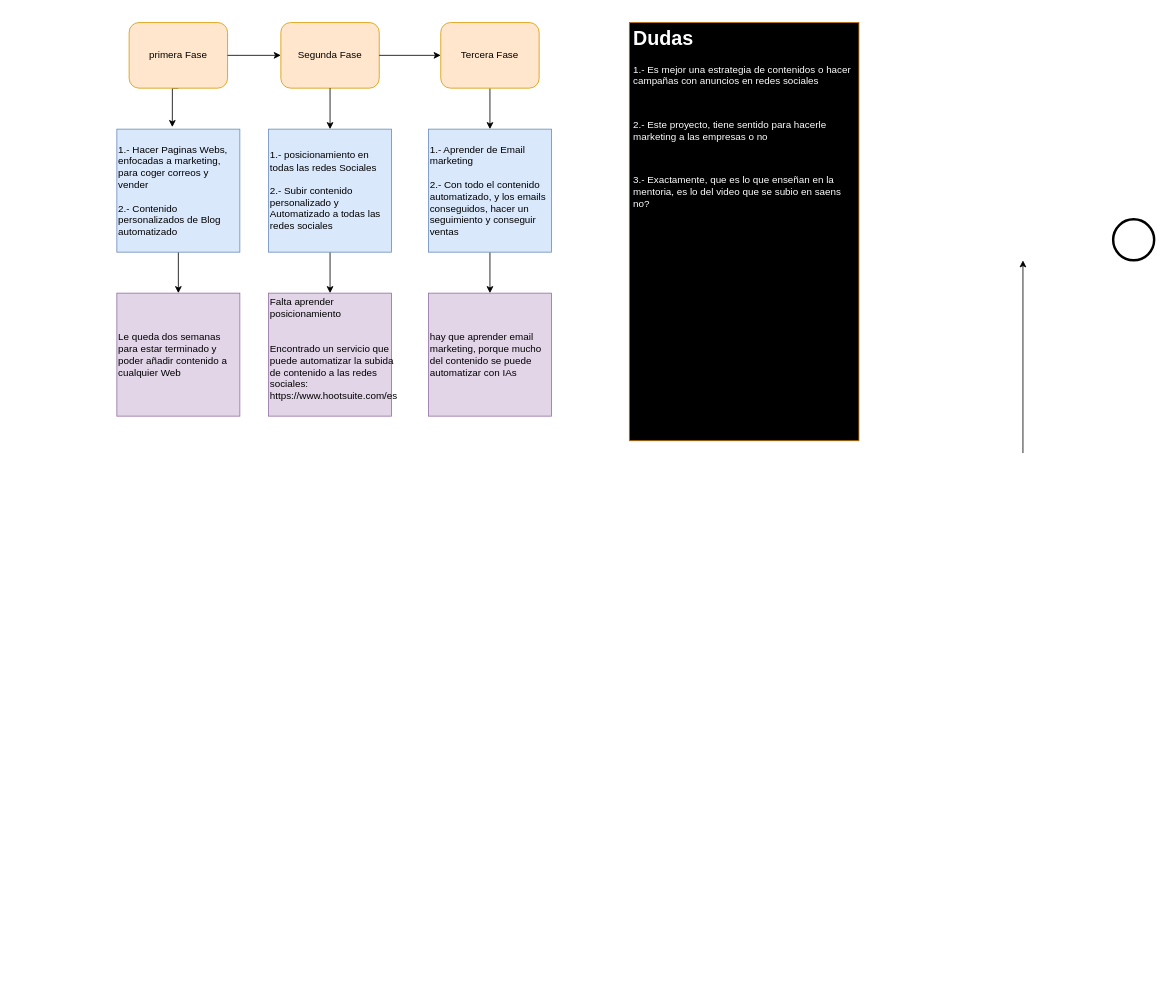
Before: Diagrama sin título.drawio in joelsct98/MisDiagramas, a draw.io diagram. Source tidied: cells renumbered, new cells numbered last; positions are measured from the earlier drawing's top-left corner, leaving out a move shared by most shapes. Both pictures are drawn from the tidied source at 82%, with x=0, y=0 at pixel (116, 22).
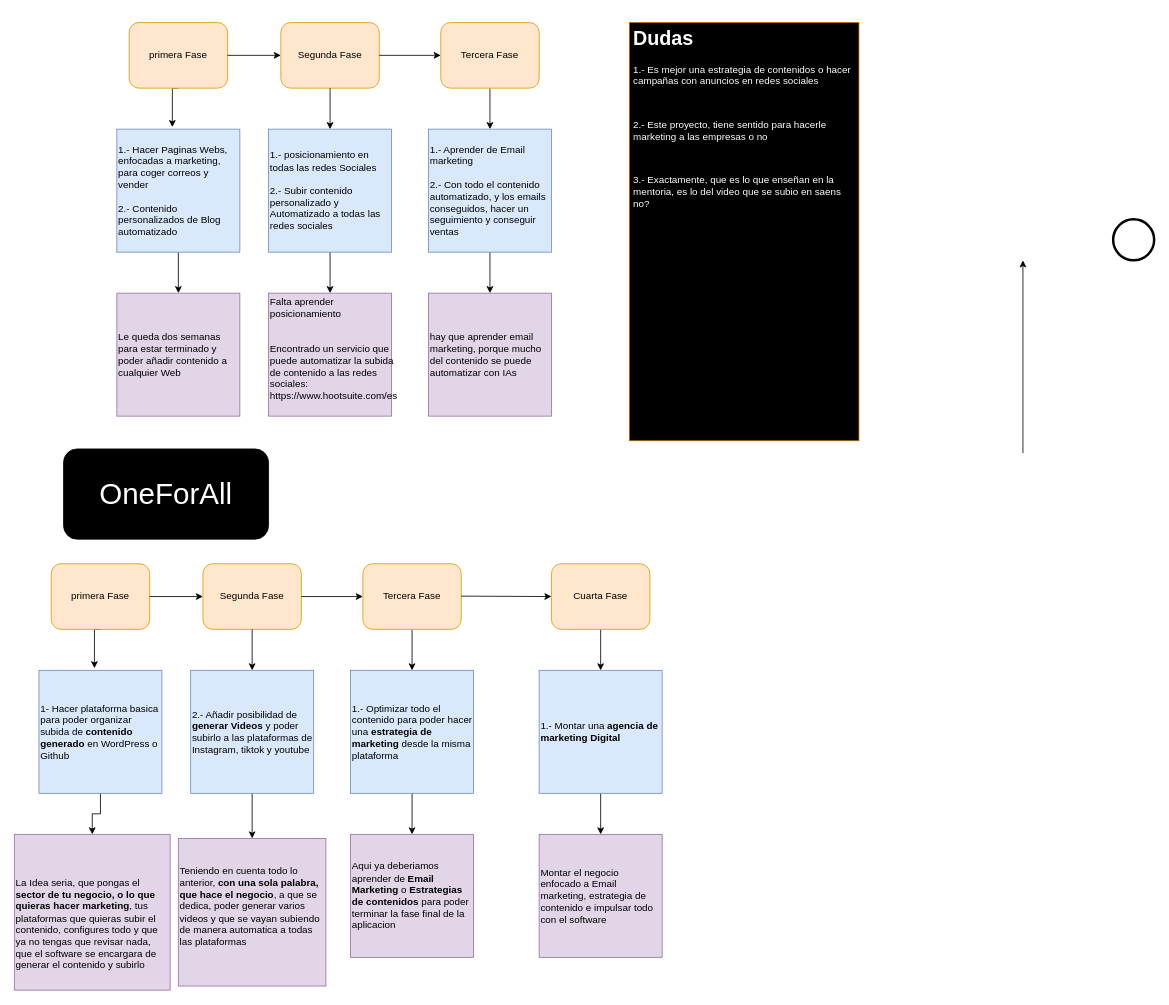
The same page after the edit.

What changed in the source:
```diff
@@
+    <mxCell id="22" style="edgeStyle=orthogonalEdgeStyle;rounded=0;jettySize=auto;html=1;exitX=0.5;exitY=1;exitDx=0;exitDy=0;entryX=0.451;entryY=-0.017;entryDx=0;entryDy=0;entryPerimeter=0;" parent="1" edge="1" source="23" target="27">
+      <mxGeometry relative="1" as="geometry">
+        <Array as="points">
+          <mxPoint x="-27" y="740" />
+        </Array>
+      </mxGeometry>
+    </mxCell>
+    <mxCell id="23" value="primera Fase" style="shape=ext;rounded=1;html=1;whiteSpace=wrap;fillColor=#ffe6cc;strokeColor=#d79b00;" parent="1" vertex="1">
+      <mxGeometry x="-80" y="660" width="120" height="80" as="geometry" />
+    </mxCell>
+    <mxCell id="24" value="Segunda Fase" style="shape=ext;rounded=1;html=1;whiteSpace=wrap;fillColor=#ffe6cc;strokeColor=#d79b00;" parent="1" vertex="1">
+      <mxGeometry x="105" y="660" width="120" height="80" as="geometry" />
+    </mxCell>
+    <mxCell id="25" style="edgeStyle=orthogonalEdgeStyle;rounded=0;html=1;jettySize=auto;" parent="1" edge="1" source="23" target="24">
+      <mxGeometry relative="1" as="geometry" />
+    </mxCell>
+    <mxCell id="26" style="edgeStyle=orthogonalEdgeStyle;rounded=0;jettySize=auto;html=1;entryX=0.5;entryY=0;entryDx=0;entryDy=0;" parent="1" edge="1" source="27" target="36">
+      <mxGeometry relative="1" as="geometry" />
+    </mxCell>
+    <mxCell id="27" value="&lt;div style=&quot;&quot;&gt;&lt;span style=&quot;background-color: initial;&quot;&gt;1- Hacer plataforma basica para poder organizar subida de &lt;b&gt;contenido generado&lt;/b&gt; en WordPress o Github&amp;nbsp;&lt;/span&gt;&lt;/div&gt;" style="whiteSpace=wrap;html=1;fillColor=#dae8fc;strokeColor=#6c8ebf;align=left;" parent="1" vertex="1">
+      <mxGeometry x="-95" y="790" width="150" height="150" as="geometry" />
+    </mxCell>
+    <mxCell id="28" style="edgeStyle=orthogonalEdgeStyle;rounded=0;jettySize=auto;html=1;" parent="1" edge="1" source="29" target="37">
+      <mxGeometry relative="1" as="geometry" />
+    </mxCell>
+    <mxCell id="29" value="&lt;div style=&quot;&quot;&gt;&lt;span style=&quot;background-color: initial;&quot;&gt;2.- Añadir posibilidad de &lt;b&gt;generar Videos&lt;/b&gt; y poder subirlo a las plataformas de Instagram, tiktok y youtube&lt;/span&gt;&lt;br&gt;&lt;/div&gt;" style="whiteSpace=wrap;html=1;fillColor=#dae8fc;strokeColor=#6c8ebf;align=left;" parent="1" vertex="1">
+      <mxGeometry x="90" y="790" width="150" height="150" as="geometry" />
+    </mxCell>
+    <mxCell id="30" style="edgeStyle=orthogonalEdgeStyle;rounded=0;jettySize=auto;html=1;exitX=0.5;exitY=1;exitDx=0;exitDy=0;entryX=0.5;entryY=0;entryDx=0;entryDy=0;" parent="1" edge="1" source="31" target="34">
+      <mxGeometry relative="1" as="geometry" />
+    </mxCell>
+    <mxCell id="31" value="Tercera Fase" style="shape=ext;rounded=1;html=1;whiteSpace=wrap;fillColor=#ffe6cc;strokeColor=#d79b00;" parent="1" vertex="1">
+      <mxGeometry x="300" y="660" width="120" height="80" as="geometry" />
+    </mxCell>
+    <mxCell id="32" style="endArrow=classic;html=1;rounded=0;exitX=1;exitY=0.5;exitDx=0;exitDy=0;entryX=0;entryY=0.5;entryDx=0;entryDy=0;" parent="1" edge="1" source="24" target="31">
+      <mxGeometry relative="1" as="geometry" />
+    </mxCell>
+    <mxCell id="33" style="edgeStyle=orthogonalEdgeStyle;rounded=0;jettySize=auto;html=1;exitX=0.5;exitY=1;exitDx=0;exitDy=0;entryX=0.5;entryY=0;entryDx=0;entryDy=0;" parent="1" edge="1" source="34" target="38">
+      <mxGeometry relative="1" as="geometry" />
+    </mxCell>
+    <mxCell id="34" value="&lt;div style=&quot;&quot;&gt;&lt;span style=&quot;background-color: initial;&quot;&gt;1.- Optimizar todo el contenido para poder hacer una &lt;b&gt;estrategia de marketing &lt;/b&gt;desde la misma plataforma&lt;/span&gt;&lt;/div&gt;" style="whiteSpace=wrap;html=1;fillColor=#dae8fc;strokeColor=#6c8ebf;align=left;" parent="1" vertex="1">
+      <mxGeometry x="285" y="790" width="150" height="150" as="geometry" />
+    </mxCell>
+    <mxCell id="35" style="endArrow=classic;html=1;rounded=0;exitX=0.5;exitY=1;exitDx=0;exitDy=0;entryX=0.5;entryY=0;entryDx=0;entryDy=0;" parent="1" edge="1" source="24" target="29">
+      <mxGeometry relative="1" as="geometry" />
+    </mxCell>
+    <mxCell id="36" value="&lt;div style=&quot;&quot;&gt;&lt;br&gt;&lt;/div&gt;&lt;div style=&quot;&quot;&gt;&lt;div style=&quot;border-color: var(--border-color);&quot;&gt;&lt;br style=&quot;border-color: var(--border-color);&quot;&gt;&lt;/div&gt;&lt;div style=&quot;border-color: var(--border-color);&quot;&gt;&lt;span style=&quot;border-color: var(--border-color); background-color: initial;&quot;&gt;La Idea seria, que pongas el &lt;b&gt;sector de tu negocio, o lo que quieras hacer marketing&lt;/b&gt;, tus plataformas que quieras subir el contenido, configures todo y que ya no tengas que revisar nada, que el software se encargara de generar el contenido y subirlo&lt;/span&gt;&lt;/div&gt;&lt;/div&gt;" style="whiteSpace=wrap;html=1;fillColor=#e1d5e7;strokeColor=#9673a6;align=left;" parent="1" vertex="1">
+      <mxGeometry x="-125" y="990" width="190" height="190" as="geometry" />
+    </mxCell>
+    <mxCell id="37" value="&lt;div style=&quot;&quot;&gt;&lt;br&gt;&lt;/div&gt;&lt;div style=&quot;&quot;&gt;Teniendo en cuenta todo lo anterior, &lt;b&gt;con una sola palabra, que hace el negocio&lt;/b&gt;, a que se dedica, poder generar varios videos y que se vayan subiendo de manera automatica a todas las plataformas&amp;nbsp;&lt;/div&gt;&lt;div style=&quot;&quot;&gt;&lt;br&gt;&lt;/div&gt;&lt;div style=&quot;&quot;&gt;&lt;br&gt;&lt;/div&gt;" style="whiteSpace=wrap;html=1;fillColor=#e1d5e7;strokeColor=#9673a6;align=left;" parent="1" vertex="1">
+      <mxGeometry x="75" y="995" width="180" height="180" as="geometry" />
+    </mxCell>
+    <mxCell id="38" value="&lt;div style=&quot;&quot;&gt;Aqui ya deberiamos aprender de &lt;b&gt;Email Marketing &lt;/b&gt;o &lt;b&gt;Estrategias de contenidos &lt;/b&gt;para poder terminar la fase final de la aplicacion&amp;nbsp;&lt;/div&gt;" style="whiteSpace=wrap;html=1;fillColor=#e1d5e7;strokeColor=#9673a6;align=left;" parent="1" vertex="1">
+      <mxGeometry x="285" y="990" width="150" height="150" as="geometry" />
+    </mxCell>
+    <mxCell id="39" value="&lt;font style=&quot;font-size: 36px;&quot;&gt;OneForAll&lt;/font&gt;" style="rounded=1;whiteSpace=wrap;html=1;strokeColor=#000000;fillColor=#000000;fontColor=#FFFFFF;" parent="1" vertex="1">
+      <mxGeometry x="-65" y="520" width="250" height="110" as="geometry" />
+    </mxCell>
+    <mxCell id="40" style="edgeStyle=orthogonalEdgeStyle;rounded=0;jettySize=auto;html=1;entryX=0.5;entryY=0;entryDx=0;entryDy=0;" parent="1" edge="1" source="41" target="44">
+      <mxGeometry relative="1" as="geometry" />
+    </mxCell>
+    <mxCell id="41" value="Cuarta Fase" style="shape=ext;rounded=1;html=1;whiteSpace=wrap;fillColor=#ffe6cc;strokeColor=#d79b00;" parent="1" vertex="1">
+      <mxGeometry x="530" y="660" width="120" height="80" as="geometry" />
+    </mxCell>
+    <mxCell id="42" style="endArrow=classic;html=1;rounded=0;exitX=1;exitY=0.5;exitDx=0;exitDy=0;entryX=0;entryY=0.5;entryDx=0;entryDy=0;" parent="1" edge="1" target="41">
+      <mxGeometry relative="1" as="geometry">
+        <mxPoint x="420" y="699.5" as="sourcePoint" />
+      </mxGeometry>
+    </mxCell>
+    <mxCell id="43" style="edgeStyle=orthogonalEdgeStyle;rounded=0;jettySize=auto;html=1;entryX=0.5;entryY=0;entryDx=0;entryDy=0;" parent="1" edge="1" source="44" target="45">
+      <mxGeometry relative="1" as="geometry" />
+    </mxCell>
+    <mxCell id="44" value="&lt;div style=&quot;&quot;&gt;&lt;span style=&quot;background-color: initial;&quot;&gt;1.- Montar una &lt;b&gt;agencia de marketing Digital&lt;/b&gt;&amp;nbsp;&lt;/span&gt;&lt;/div&gt;" style="whiteSpace=wrap;html=1;fillColor=#dae8fc;strokeColor=#6c8ebf;align=left;" parent="1" vertex="1">
+      <mxGeometry x="515" y="790" width="150" height="150" as="geometry" />
+    </mxCell>
+    <mxCell id="45" value="&lt;div style=&quot;&quot;&gt;Montar el negocio enfocado a Email marketing, estrategia de contenido e impulsar todo con el software&lt;br&gt;&lt;/div&gt;" style="whiteSpace=wrap;html=1;fillColor=#e1d5e7;strokeColor=#9673a6;align=left;" parent="1" vertex="1">
+      <mxGeometry x="515" y="990" width="150" height="150" as="geometry" />
+    </mxCell>
```
